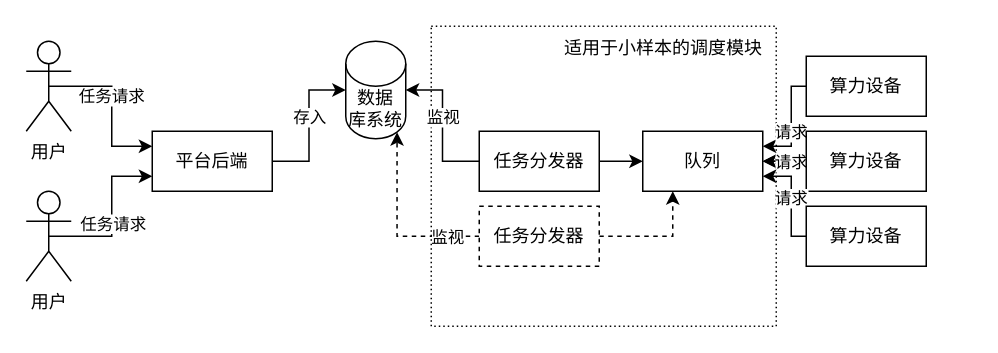
Before: page "distributor" (2 of 2) of launcher.drawio in foreignbill/drawio, a draw.io diagram. Source tidied: cells renumbered, new cells numbered last; positions are measured from the earlier drawing's top-left corner, leaving out a move shared by most shapes. Both pictures are drawn from the tidied source at 150%, with x=0, y=0 at pixel (26, 26).
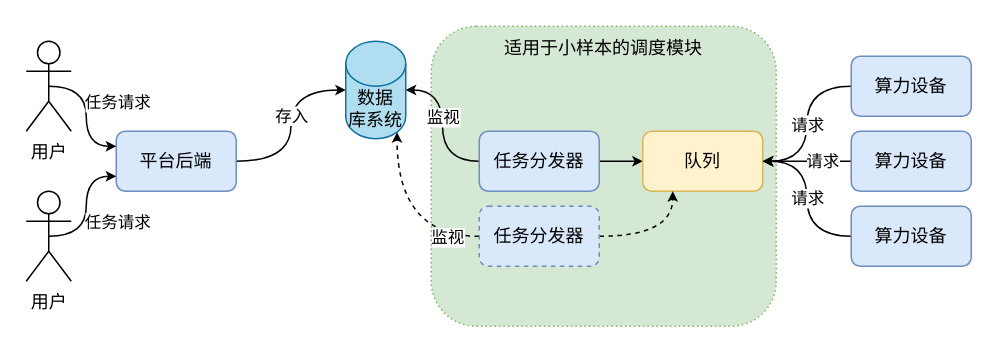
After the change.

Diff of the diagram source:
```diff
@@
-    <mxCell id="2" style="rounded=0;whiteSpace=wrap;html=1;dashed=1;dashPattern=1 2;" parent="1" vertex="1">
+    <mxCell id="2" style="rounded=1;whiteSpace=wrap;html=1;dashed=1;dashPattern=1 2;fontFamily=Times New Roman;fillColor=#d5e8d4;strokeColor=#82b366;" parent="1" vertex="1">
       <mxGeometry x="270" width="230" height="200" as="geometry" />
     </mxCell>
-    <mxCell id="3" style="edgeStyle=orthogonalEdgeStyle;rounded=0;jettySize=auto;html=1;exitX=1;exitY=0.5;exitDx=0;exitDy=0;entryX=0;entryY=0.5;entryDx=0;entryDy=0;entryPerimeter=0;" parent="1" edge="1" source="5" target="12">
+    <mxCell id="3" style="edgeStyle=orthogonalEdgeStyle;rounded=0;jettySize=auto;html=1;exitX=1;exitY=0.5;exitDx=0;exitDy=0;entryX=0;entryY=0.5;entryDx=0;entryDy=0;entryPerimeter=0;curved=1;startSize=4;endSize=4;fontFamily=Times New Roman;" parent="1" edge="1" source="5" target="12">
       <mxGeometry relative="1" as="geometry" />
     </mxCell>
-    <mxCell id="4" value="存入" style="edgeLabel;html=1;align=center;verticalAlign=middle;" parent="3" vertex="1">
+    <mxCell id="4" value="存入" style="edgeLabel;html=1;align=center;verticalAlign=middle;fontFamily=Times New Roman;" parent="3" vertex="1">
       <mxGeometry x="0.08" relative="1" as="geometry">
         <mxPoint y="-2" as="offset" />
       </mxGeometry>
     </mxCell>
-    <mxCell id="5" value="平台后端" style="rounded=0;whiteSpace=wrap;html=1;" parent="1" vertex="1">
-      <mxGeometry x="84" y="70" width="80" height="40" as="geometry" />
+    <mxCell id="5" value="平台后端" style="rounded=1;whiteSpace=wrap;html=1;fillColor=#dae8fc;strokeColor=#6c8ebf;fontFamily=Times New Roman;" parent="1" vertex="1">
+      <mxGeometry x="60" y="70" width="80" height="40" as="geometry" />
     </mxCell>
-    <mxCell id="6" style="edgeStyle=orthogonalEdgeStyle;rounded=0;jettySize=auto;html=1;exitX=0.5;exitY=0.5;exitDx=0;exitDy=0;exitPerimeter=0;entryX=0;entryY=0.25;entryDx=0;entryDy=0;" parent="1" edge="1" source="8" target="5">
-      <mxGeometry relative="1" as="geometry" />
+    <mxCell id="6" style="edgeStyle=orthogonalEdgeStyle;rounded=0;jettySize=auto;html=1;exitX=0.5;exitY=0.5;exitDx=0;exitDy=0;exitPerimeter=0;entryX=0;entryY=0.25;entryDx=0;entryDy=0;curved=1;startSize=4;endSize=4;fontFamily=Times New Roman;" parent="1" edge="1" source="8" target="5">
+      <mxGeometry relative="1" as="geometry">
+        <Array as="points">
+          <mxPoint x="40" y="40" />
+          <mxPoint x="40" y="80" />
+        </Array>
+      </mxGeometry>
     </mxCell>
-    <mxCell id="7" value="任务请求" style="edgeLabel;html=1;align=center;verticalAlign=middle;" parent="6" vertex="1">
-      <mxGeometry x="-0.12" y="-1" relative="1" as="geometry" />
+    <mxCell id="7" value="任务请求" style="edgeLabel;html=1;align=center;verticalAlign=middle;fontFamily=Times New Roman;" parent="6" vertex="1">
+      <mxGeometry relative="1" as="geometry">
+        <mxPoint x="20" y="-8" as="offset" />
+      </mxGeometry>
     </mxCell>
-    <mxCell id="8" value="用户" style="shape=umlActor;verticalLabelPosition=bottom;verticalAlign=top;html=1;outlineConnect=0;" parent="1" vertex="1">
+    <mxCell id="8" value="用户" style="shape=umlActor;verticalLabelPosition=bottom;verticalAlign=top;html=1;outlineConnect=0;fontFamily=Times New Roman;" parent="1" vertex="1">
       <mxGeometry y="10" width="30" height="60" as="geometry" />
     </mxCell>
-    <mxCell id="9" style="edgeStyle=orthogonalEdgeStyle;rounded=0;jettySize=auto;html=1;exitX=0.5;exitY=0.5;exitDx=0;exitDy=0;exitPerimeter=0;entryX=0;entryY=0.75;entryDx=0;entryDy=0;" parent="1" edge="1" source="11" target="5">
-      <mxGeometry relative="1" as="geometry" />
+    <mxCell id="9" style="edgeStyle=orthogonalEdgeStyle;rounded=0;jettySize=auto;html=1;exitX=0.5;exitY=0.5;exitDx=0;exitDy=0;exitPerimeter=0;entryX=0;entryY=0.75;entryDx=0;entryDy=0;curved=1;startSize=4;endSize=4;fontFamily=Times New Roman;" parent="1" edge="1" source="11" target="5">
+      <mxGeometry relative="1" as="geometry">
+        <Array as="points">
+          <mxPoint x="40" y="140" />
+          <mxPoint x="40" y="100" />
+        </Array>
+      </mxGeometry>
     </mxCell>
-    <mxCell id="10" value="任务请求" style="edgeLabel;html=1;align=center;verticalAlign=middle;" parent="9" vertex="1">
-      <mxGeometry x="-0.07" relative="1" as="geometry" />
+    <mxCell id="10" value="任务请求" style="edgeLabel;html=1;align=center;verticalAlign=middle;fontFamily=Times New Roman;" parent="9" vertex="1">
+      <mxGeometry relative="1" as="geometry">
+        <mxPoint x="20" y="8" as="offset" />
+      </mxGeometry>
     </mxCell>
-    <mxCell id="11" value="用户" style="shape=umlActor;verticalLabelPosition=bottom;verticalAlign=top;html=1;outlineConnect=0;" parent="1" vertex="1">
+    <mxCell id="11" value="用户" style="shape=umlActor;verticalLabelPosition=bottom;verticalAlign=top;html=1;outlineConnect=0;fontFamily=Times New Roman;" parent="1" vertex="1">
       <mxGeometry y="110" width="30" height="60" as="geometry" />
     </mxCell>
-    <mxCell id="12" value="数据&lt;br&gt;库系统" style="shape=cylinder3;whiteSpace=wrap;html=1;boundedLbl=1;backgroundOutline=1;size=15;" parent="1" vertex="1">
+    <mxCell id="12" value="数据&lt;br&gt;库系统" style="shape=cylinder3;whiteSpace=wrap;html=1;boundedLbl=1;backgroundOutline=1;size=15;fillColor=#b1ddf0;strokeColor=#10739e;fontFamily=Times New Roman;" parent="1" vertex="1">
       <mxGeometry x="213" y="10" width="40" height="65" as="geometry" />
     </mxCell>
-    <mxCell id="13" style="edgeStyle=orthogonalEdgeStyle;rounded=0;jettySize=auto;html=1;exitX=1;exitY=0.5;exitDx=0;exitDy=0;entryX=0;entryY=0.5;entryDx=0;entryDy=0;" parent="1" edge="1" source="16" target="17">
+    <mxCell id="13" style="edgeStyle=orthogonalEdgeStyle;rounded=0;jettySize=auto;html=1;exitX=1;exitY=0.5;exitDx=0;exitDy=0;entryX=0;entryY=0.5;entryDx=0;entryDy=0;curved=1;startSize=4;endSize=4;fontFamily=Times New Roman;" parent="1" edge="1" source="16" target="17">
       <mxGeometry relative="1" as="geometry" />
     </mxCell>
-    <mxCell id="14" style="edgeStyle=orthogonalEdgeStyle;rounded=0;jettySize=auto;html=1;exitX=0;exitY=0.5;exitDx=0;exitDy=0;entryX=1;entryY=0.5;entryDx=0;entryDy=0;entryPerimeter=0;" parent="1" edge="1" source="16" target="12">
+    <mxCell id="14" style="edgeStyle=orthogonalEdgeStyle;rounded=0;jettySize=auto;html=1;exitX=0;exitY=0.5;exitDx=0;exitDy=0;entryX=1;entryY=0.5;entryDx=0;entryDy=0;entryPerimeter=0;curved=1;startSize=4;endSize=4;fontFamily=Times New Roman;" parent="1" edge="1" source="16" target="12">
       <mxGeometry relative="1" as="geometry" />
     </mxCell>
-    <mxCell id="15" value="监视" style="edgeLabel;html=1;align=center;verticalAlign=middle;" parent="14" vertex="1">
+    <mxCell id="15" value="监视" style="edgeLabel;html=1;align=center;verticalAlign=middle;fontFamily=Times New Roman;" parent="14" vertex="1">
       <mxGeometry x="0.12" relative="1" as="geometry" />
     </mxCell>
-    <mxCell id="16" value="任务分发器" style="rounded=0;whiteSpace=wrap;html=1;" parent="1" vertex="1">
+    <mxCell id="16" value="任务分发器" style="rounded=1;whiteSpace=wrap;html=1;fillColor=#dae8fc;strokeColor=#6c8ebf;fontFamily=Times New Roman;" parent="1" vertex="1">
       <mxGeometry x="302" y="70" width="80" height="40" as="geometry" />
     </mxCell>
-    <mxCell id="17" value="队列" style="rounded=0;whiteSpace=wrap;html=1;" parent="1" vertex="1">
+    <mxCell id="17" value="队列" style="rounded=1;whiteSpace=wrap;html=1;fillColor=#fff2cc;strokeColor=#d6b656;fontFamily=Times New Roman;" parent="1" vertex="1">
       <mxGeometry x="411" y="70" width="80" height="40" as="geometry" />
     </mxCell>
-    <mxCell id="18" style="edgeStyle=orthogonalEdgeStyle;rounded=0;jettySize=auto;html=1;exitX=0;exitY=0.5;exitDx=0;exitDy=0;entryX=1;entryY=0.25;entryDx=0;entryDy=0;" parent="1" edge="1" source="20" target="17">
-      <mxGeometry relative="1" as="geometry">
-        <Array as="points">
-          <mxPoint x="510" y="40" />
-          <mxPoint x="510" y="80" />
-        </Array>
-      </mxGeometry>
+    <mxCell id="18" style="edgeStyle=orthogonalEdgeStyle;rounded=0;jettySize=auto;html=1;exitX=0;exitY=0.5;exitDx=0;exitDy=0;entryX=1;entryY=0.5;entryDx=0;entryDy=0;curved=1;startSize=4;endSize=4;fontFamily=Times New Roman;" parent="1" edge="1" source="20" target="17">
+      <mxGeometry relative="1" as="geometry" />
     </mxCell>
-    <mxCell id="19" value="请求" style="edgeLabel;html=1;align=center;verticalAlign=middle;" parent="18" vertex="1">
-      <mxGeometry x="0.16" y="-1" relative="1" as="geometry" />
+    <mxCell id="19" value="请求" style="edgeLabel;html=1;align=center;verticalAlign=middle;fontFamily=Times New Roman;" parent="18" vertex="1">
+      <mxGeometry relative="1" as="geometry" />
     </mxCell>
-    <mxCell id="20" value="算力设备" style="rounded=0;whiteSpace=wrap;html=1;" parent="1" vertex="1">
-      <mxGeometry x="520" y="20" width="80" height="40" as="geometry" />
+    <mxCell id="20" value="算力设备" style="rounded=1;whiteSpace=wrap;html=1;fillColor=#dae8fc;strokeColor=#6c8ebf;fontFamily=Times New Roman;" parent="1" vertex="1">
+      <mxGeometry x="550" y="20" width="80" height="40" as="geometry" />
     </mxCell>
-    <mxCell id="21" style="edgeStyle=orthogonalEdgeStyle;rounded=0;jettySize=auto;html=1;exitX=0;exitY=0.5;exitDx=0;exitDy=0;entryX=1;entryY=0.5;entryDx=0;entryDy=0;" parent="1" edge="1" source="24" target="17">
-      <mxGeometry relative="1" as="geometry" />
-    </mxCell>
-    <mxCell id="22" style="edgeStyle=orthogonalEdgeStyle;rounded=0;jettySize=auto;html=1;" parent="1" edge="1" source="24" target="17">
-      <mxGeometry relative="1" as="geometry" />
-    </mxCell>
-    <mxCell id="23" value="请求" style="edgeLabel;html=1;align=center;verticalAlign=middle;" parent="22" vertex="1">
-      <mxGeometry x="0.28" relative="1" as="geometry" />
+    <mxCell id="23" value="请求" style="edgeStyle=orthogonalEdgeStyle;curved=1;rounded=0;jettySize=auto;html=1;exitX=0;exitY=0.5;exitDx=0;exitDy=0;entryX=1;entryY=0.5;entryDx=0;entryDy=0;fontFamily=Times New Roman;startSize=4;endSize=4;" parent="1" edge="1" source="24" target="17">
+      <mxGeometry x="-0.34" relative="1" as="geometry" />
     </mxCell>
-    <mxCell id="24" value="算力设备" style="rounded=0;whiteSpace=wrap;html=1;" parent="1" vertex="1">
-      <mxGeometry x="520" y="70" width="80" height="40" as="geometry" />
+    <mxCell id="24" value="算力设备" style="rounded=1;whiteSpace=wrap;html=1;fillColor=#dae8fc;strokeColor=#6c8ebf;fontFamily=Times New Roman;" parent="1" vertex="1">
+      <mxGeometry x="550" y="70" width="80" height="40" as="geometry" />
     </mxCell>
-    <mxCell id="25" style="edgeStyle=orthogonalEdgeStyle;rounded=0;jettySize=auto;html=1;exitX=0;exitY=0.5;exitDx=0;exitDy=0;entryX=1;entryY=0.75;entryDx=0;entryDy=0;" parent="1" edge="1" source="27" target="17">
-      <mxGeometry relative="1" as="geometry">
-        <Array as="points">
-          <mxPoint x="510" y="140" />
-          <mxPoint x="510" y="100" />
-        </Array>
-      </mxGeometry>
+    <mxCell id="25" style="edgeStyle=orthogonalEdgeStyle;rounded=0;jettySize=auto;html=1;exitX=0;exitY=0.5;exitDx=0;exitDy=0;entryX=1;entryY=0.5;entryDx=0;entryDy=0;curved=1;startSize=4;endSize=4;fontFamily=Times New Roman;" parent="1" edge="1" source="27" target="17">
+      <mxGeometry relative="1" as="geometry" />
     </mxCell>
-    <mxCell id="26" value="请求" style="edgeLabel;html=1;align=center;verticalAlign=middle;" parent="25" vertex="1">
-      <mxGeometry x="0.04" y="1" relative="1" as="geometry" />
+    <mxCell id="26" value="请求" style="edgeLabel;html=1;align=center;verticalAlign=middle;fontFamily=Times New Roman;" parent="25" vertex="1">
+      <mxGeometry relative="1" as="geometry" />
     </mxCell>
-    <mxCell id="27" value="算力设备" style="rounded=0;whiteSpace=wrap;html=1;" parent="1" vertex="1">
-      <mxGeometry x="520" y="120" width="80" height="40" as="geometry" />
+    <mxCell id="27" value="算力设备" style="rounded=1;whiteSpace=wrap;html=1;fillColor=#dae8fc;strokeColor=#6c8ebf;fontFamily=Times New Roman;" parent="1" vertex="1">
+      <mxGeometry x="550" y="120" width="80" height="40" as="geometry" />
     </mxCell>
-    <mxCell id="28" style="edgeStyle=orthogonalEdgeStyle;rounded=0;jettySize=auto;html=1;exitX=0;exitY=0.5;exitDx=0;exitDy=0;entryX=0.855;entryY=1;entryDx=0;entryDy=-4.35;entryPerimeter=0;dashed=1;" parent="1" edge="1" source="31" target="12">
+    <mxCell id="28" style="edgeStyle=orthogonalEdgeStyle;rounded=0;jettySize=auto;html=1;exitX=0;exitY=0.5;exitDx=0;exitDy=0;entryX=0.855;entryY=1;entryDx=0;entryDy=-4.35;entryPerimeter=0;dashed=1;curved=1;startSize=4;endSize=4;fontFamily=Times New Roman;" parent="1" edge="1" source="31" target="12">
       <mxGeometry relative="1" as="geometry" />
     </mxCell>
-    <mxCell id="29" value="监视" style="edgeLabel;html=1;align=center;verticalAlign=middle;" parent="28" vertex="1">
+    <mxCell id="29" value="监视" style="edgeLabel;html=1;align=center;verticalAlign=middle;fontFamily=Times New Roman;" parent="28" vertex="1">
       <mxGeometry x="-0.45" y="-3" relative="1" as="geometry">
         <mxPoint x="12" y="3" as="offset" />
       </mxGeometry>
     </mxCell>
-    <mxCell id="30" style="edgeStyle=orthogonalEdgeStyle;rounded=0;jettySize=auto;html=1;exitX=1;exitY=0.5;exitDx=0;exitDy=0;entryX=0.25;entryY=1;entryDx=0;entryDy=0;dashed=1;" parent="1" edge="1" source="31" target="17">
+    <mxCell id="30" style="edgeStyle=orthogonalEdgeStyle;rounded=0;jettySize=auto;html=1;exitX=1;exitY=0.5;exitDx=0;exitDy=0;entryX=0.25;entryY=1;entryDx=0;entryDy=0;dashed=1;curved=1;startSize=4;endSize=4;fontFamily=Times New Roman;" parent="1" edge="1" source="31" target="17">
       <mxGeometry relative="1" as="geometry" />
     </mxCell>
-    <mxCell id="31" value="任务分发器" style="rounded=0;whiteSpace=wrap;html=1;dashed=1;" parent="1" vertex="1">
+    <mxCell id="31" value="任务分发器" style="rounded=1;whiteSpace=wrap;html=1;dashed=1;fillColor=#dae8fc;strokeColor=#6c8ebf;fillStyle=auto;fontFamily=Times New Roman;" parent="1" vertex="1">
       <mxGeometry x="302" y="120" width="80" height="40" as="geometry" />
     </mxCell>
-    <mxCell id="32" value="适用于小样本的调度模块" style="text;html=1;strokeColor=none;fillColor=none;align=center;verticalAlign=middle;whiteSpace=wrap;rounded=0;dashed=1;" parent="1" vertex="1">
-      <mxGeometry x="350" width="150" height="30" as="geometry" />
+    <mxCell id="32" value="适用于小样本的调度模块" style="text;html=1;strokeColor=none;fillColor=none;align=center;verticalAlign=middle;whiteSpace=wrap;rounded=0;dashed=1;fontFamily=Times New Roman;" parent="1" vertex="1">
+      <mxGeometry x="310" width="150" height="30" as="geometry" />
     </mxCell>
```
